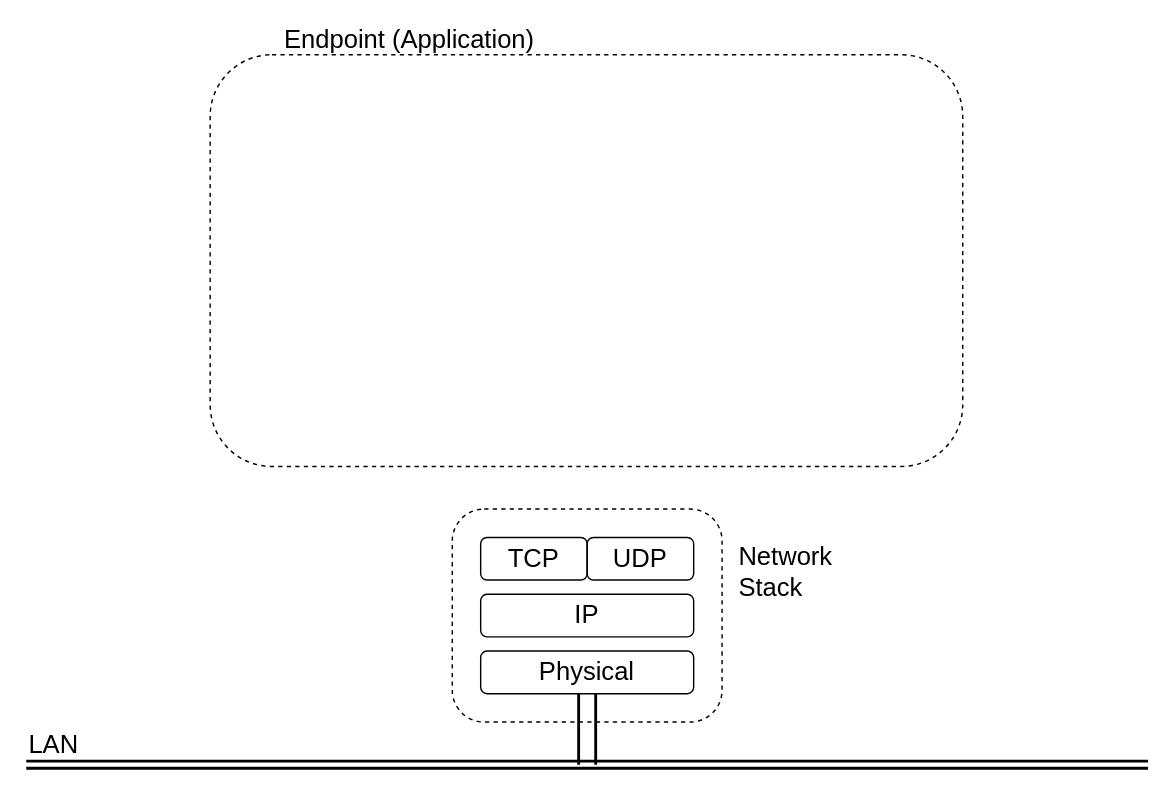
Above: page "UDP-Server" (2 of 3) of docs/Endpoint-App-Diagrams.drawio in B3W/Endpoints (draw.io), before the change. Source tidied: cells renumbered, new cells numbered last; positions are measured from the earlier drawing's top-left corner, leaving out a move shared by most shapes. Both pictures are drawn from the tidied source at 142%, with x=0, y=0 at pixel (26, 26).
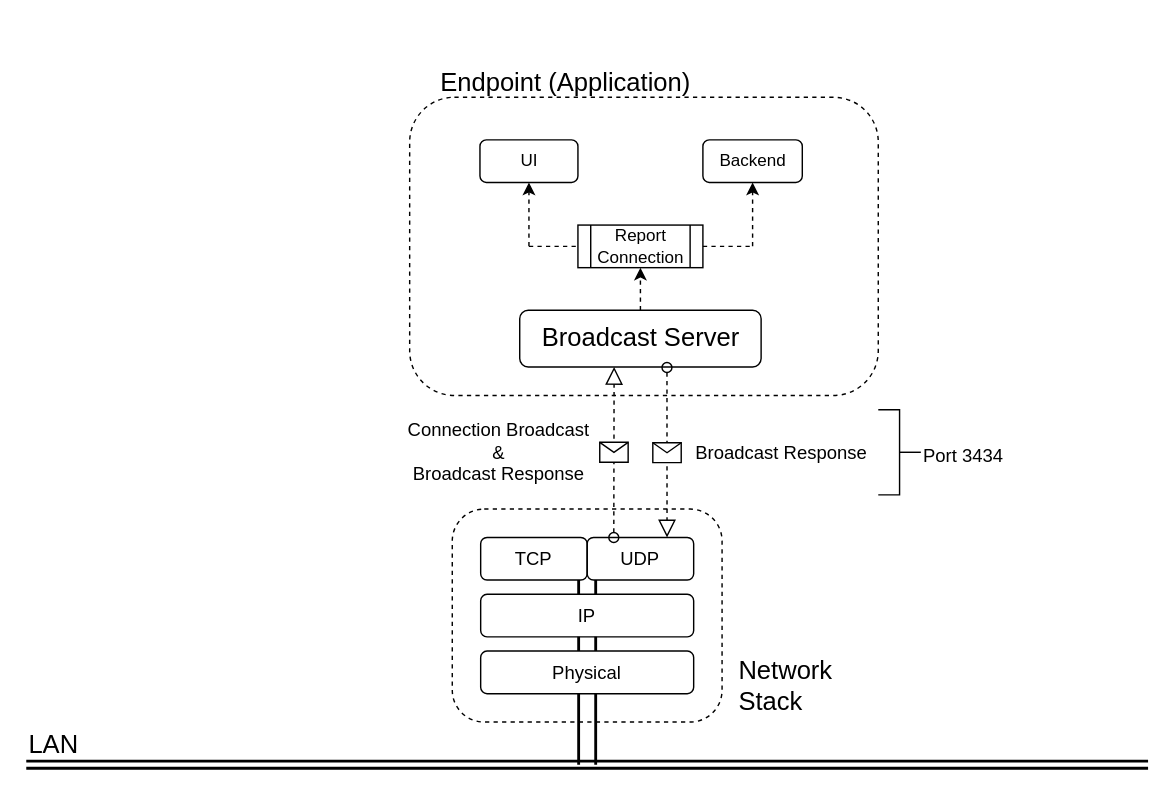
After the change.

The edit, as a diff of the source:
```diff
@@
     <mxCell id="2" style="rounded=1;whiteSpace=wrap;html=1;strokeColor=#000000;fillColor=none;fontSize=18;fontColor=#000000;align=left;dashed=1;" parent="1" vertex="1">
-      <mxGeometry x="129.5" y="20" width="530" height="290" as="geometry" />
+      <mxGeometry x="270" y="50" width="330" height="210" as="geometry" />
     </mxCell>
@@
     <mxCell id="7" value="Endpoint (Application)" style="text;html=1;strokeColor=none;fillColor=none;align=left;verticalAlign=middle;whiteSpace=wrap;rounded=0;fontSize=18;fontColor=#000000;" parent="1" vertex="1">
-      <mxGeometry x="180" width="190" height="20" as="geometry" />
+      <mxGeometry x="290" y="30" width="190" height="20" as="geometry" />
     </mxCell>
-    <mxCell id="8" value="&lt;div align=&quot;center&quot;&gt;Physical&lt;/div&gt;" style="rounded=1;whiteSpace=wrap;html=1;strokeColor=#000000;fillColor=none;fontSize=18;fontColor=#000000;align=center;" parent="1" vertex="1">
+    <mxCell id="8" value="&lt;div style=&quot;font-size: 13px;&quot; align=&quot;center&quot;&gt;&lt;font style=&quot;font-size: 13px;&quot;&gt;Physical&lt;/font&gt;&lt;/div&gt;" style="rounded=1;whiteSpace=wrap;html=1;strokeColor=#000000;fillColor=none;fontSize=13;fontColor=#000000;align=center;" parent="1" vertex="1">
       <mxGeometry x="320" y="440" width="150" height="30" as="geometry" />
     </mxCell>
-    <mxCell id="9" value="IP" style="rounded=1;whiteSpace=wrap;html=1;strokeColor=#000000;fillColor=none;fontSize=18;fontColor=#000000;align=center;" parent="1" vertex="1">
+    <mxCell id="9" value="&lt;font style=&quot;font-size: 13px;&quot;&gt;IP&lt;/font&gt;" style="rounded=1;whiteSpace=wrap;html=1;strokeColor=#000000;fillColor=none;fontSize=13;fontColor=#000000;align=center;" parent="1" vertex="1">
       <mxGeometry x="320" y="400" width="150" height="30" as="geometry" />
     </mxCell>
-    <mxCell id="10" value="TCP" style="rounded=1;whiteSpace=wrap;html=1;strokeColor=#000000;fillColor=none;fontSize=18;fontColor=#000000;align=center;" parent="1" vertex="1">
+    <mxCell id="10" value="&lt;font style=&quot;font-size: 13px;&quot;&gt;TCP&lt;/font&gt;" style="rounded=1;whiteSpace=wrap;html=1;strokeColor=#000000;fillColor=none;fontSize=13;fontColor=#000000;align=center;" parent="1" vertex="1">
       <mxGeometry x="320" y="360" width="75" height="30" as="geometry" />
     </mxCell>
-    <mxCell id="11" value="UDP" style="rounded=1;whiteSpace=wrap;html=1;strokeColor=#000000;fillColor=none;fontSize=18;fontColor=#000000;align=center;" parent="1" vertex="1">
+    <mxCell id="11" value="&lt;font style=&quot;font-size: 13px;&quot;&gt;UDP&lt;/font&gt;" style="rounded=1;whiteSpace=wrap;html=1;strokeColor=#000000;fillColor=none;fontSize=13;fontColor=#000000;align=center;" parent="1" vertex="1">
       <mxGeometry x="395" y="360" width="75" height="30" as="geometry" />
     </mxCell>
     <mxCell id="12" value="Network Stack" style="text;html=1;strokeColor=none;fillColor=none;align=left;verticalAlign=middle;whiteSpace=wrap;rounded=0;dashed=1;fontSize=18;fontColor=#000000;" parent="1" vertex="1">
-      <mxGeometry x="500" y="360" width="80" height="50" as="geometry" />
+      <mxGeometry x="500" y="440" width="80" height="50" as="geometry" />
     </mxCell>
+    <mxCell id="13" style="startArrow=oval;startFill=0;startSize=7;endArrow=block;endFill=0;endSize=10;dashed=1;html=1;exitX=0.25;exitY=0;exitDx=0;exitDy=0;entryX=0.391;entryY=0.998;entryDx=0;entryDy=0;entryPerimeter=0;" parent="1" edge="1" source="11" target="16">
+      <mxGeometry relative="1" as="geometry" />
+    </mxCell>
+    <mxCell id="14" style="shape=message;html=1;" parent="13" vertex="1">
+      <mxGeometry width="20" height="14" relative="1" as="geometry">
+        <mxPoint x="-10" y="-7" as="offset" />
+      </mxGeometry>
+    </mxCell>
+    <mxCell id="15" value="&lt;div style=&quot;font-size: 13px;&quot;&gt;Connection Broadcast&lt;/div&gt;&lt;div style=&quot;font-size: 13px;&quot;&gt;&amp;amp;&lt;/div&gt;&lt;div style=&quot;font-size: 13px;&quot;&gt;Broadcast Response&lt;br style=&quot;font-size: 13px;&quot;&gt;&lt;/div&gt;" style="text;html=1;strokeColor=none;fillColor=none;align=center;verticalAlign=middle;whiteSpace=wrap;rounded=0;fontSize=13;" parent="1" vertex="1">
+      <mxGeometry x="260" y="270" width="146" height="60" as="geometry" />
+    </mxCell>
+    <mxCell id="16" value="&lt;font style=&quot;font-size: 18px&quot;&gt;Broadcast Server&lt;/font&gt;" style="rounded=1;whiteSpace=wrap;html=1;" parent="1" vertex="1">
+      <mxGeometry x="347.5" y="200" width="170" height="40" as="geometry" />
+    </mxCell>
+    <mxCell id="17" style="shape=link;html=1;strokeColor=#000000;strokeWidth=2;fontSize=16;fontColor=#000000;width=11;exitX=0.5;exitY=0;exitDx=0;exitDy=0;entryX=0.5;entryY=1;entryDx=0;entryDy=0;" parent="1" edge="1" source="8" target="9">
+      <mxGeometry relative="1" as="geometry" />
+    </mxCell>
+    <mxCell id="18" style="shape=link;html=1;strokeColor=#000000;strokeWidth=2;fontSize=16;fontColor=#000000;width=11;exitX=0.5;exitY=0;exitDx=0;exitDy=0;entryX=0.5;entryY=1;entryDx=0;entryDy=0;" parent="1" edge="1">
+      <mxGeometry relative="1" as="geometry">
+        <mxPoint x="395" y="400" as="sourcePoint" />
+        <mxPoint x="395" y="390" as="targetPoint" />
+      </mxGeometry>
+    </mxCell>
+    <mxCell id="19" style="startArrow=oval;startFill=0;startSize=7;endArrow=block;endFill=0;endSize=10;dashed=1;html=1;entryX=0.75;entryY=0;entryDx=0;entryDy=0;exitX=0.61;exitY=1.008;exitDx=0;exitDy=0;exitPerimeter=0;" parent="1" edge="1" source="16" target="11">
+      <mxGeometry relative="1" as="geometry" />
+    </mxCell>
+    <mxCell id="20" style="shape=message;html=1;" parent="19" vertex="1">
+      <mxGeometry width="20" height="14" relative="1" as="geometry">
+        <mxPoint x="-10" y="-7" as="offset" />
+      </mxGeometry>
+    </mxCell>
+    <mxCell id="21" style="html=1;shape=mxgraph.flowchart.annotation_2;align=left;labelPosition=right;direction=west;" parent="1" vertex="1">
+      <mxGeometry x="600" y="270" width="30" height="60" as="geometry" />
+    </mxCell>
+    <mxCell id="22" value="&lt;div style=&quot;font-size: 13px;&quot; align=&quot;left&quot;&gt;Port 3434&lt;br style=&quot;font-size: 13px;&quot;&gt;&lt;/div&gt;" style="text;html=1;strokeColor=none;fillColor=none;align=left;verticalAlign=middle;whiteSpace=wrap;rounded=0;fontSize=13;" parent="1" vertex="1">
+      <mxGeometry x="630" y="292" width="60" height="20" as="geometry" />
+    </mxCell>
+    <mxCell id="23" value="&lt;div style=&quot;font-size: 13px;&quot;&gt;Broadcast Response&lt;/div&gt;" style="text;html=1;strokeColor=none;fillColor=none;align=center;verticalAlign=middle;whiteSpace=wrap;rounded=0;fontSize=13;" parent="1" vertex="1">
+      <mxGeometry x="459" y="270" width="146" height="60" as="geometry" />
+    </mxCell>
+    <mxCell id="24" value="Report Connection" style="shape=process;whiteSpace=wrap;html=1;backgroundOutline=1;" parent="1" vertex="1">
+      <mxGeometry x="388.5" y="140" width="88" height="30" as="geometry" />
+    </mxCell>
+    <mxCell id="25" value="UI" style="rounded=1;whiteSpace=wrap;html=1;" parent="1" vertex="1">
+      <mxGeometry x="319.5" y="80" width="69" height="30" as="geometry" />
+    </mxCell>
+    <mxCell id="26" value="Backend" style="rounded=1;whiteSpace=wrap;html=1;" parent="1" vertex="1">
+      <mxGeometry x="476.5" y="80" width="70" height="30" as="geometry" />
+    </mxCell>
+    <mxCell id="27" style="endArrow=classic;html=1;exitX=0.5;exitY=0;exitDx=0;exitDy=0;entryX=0.5;entryY=1;entryDx=0;entryDy=0;dashed=1;" parent="1" edge="1" source="16" target="24">
+      <mxGeometry relative="1" as="geometry" />
+    </mxCell>
+    <mxCell id="28" style="endArrow=none;html=1;dashed=1;" parent="1" edge="1">
+      <mxGeometry relative="1" as="geometry">
+        <mxPoint x="476.5" y="155" as="sourcePoint" />
+        <mxPoint x="511.5" y="155" as="targetPoint" />
+      </mxGeometry>
+    </mxCell>
+    <mxCell id="29" style="endArrow=classic;html=1;dashed=1;" parent="1" edge="1">
+      <mxGeometry relative="1" as="geometry">
+        <mxPoint x="511.5" y="155" as="sourcePoint" />
+        <mxPoint x="511.5" y="110" as="targetPoint" />
+      </mxGeometry>
+    </mxCell>
+    <mxCell id="30" style="endArrow=none;html=1;dashed=1;" parent="1" edge="1">
+      <mxGeometry relative="1" as="geometry">
+        <mxPoint x="354" y="155" as="sourcePoint" />
+        <mxPoint x="389" y="155" as="targetPoint" />
+      </mxGeometry>
+    </mxCell>
+    <mxCell id="31" style="endArrow=classic;html=1;dashed=1;" parent="1" edge="1">
+      <mxGeometry relative="1" as="geometry">
+        <mxPoint x="354" y="155" as="sourcePoint" />
+        <mxPoint x="354" y="110" as="targetPoint" />
+      </mxGeometry>
+    </mxCell>
```
